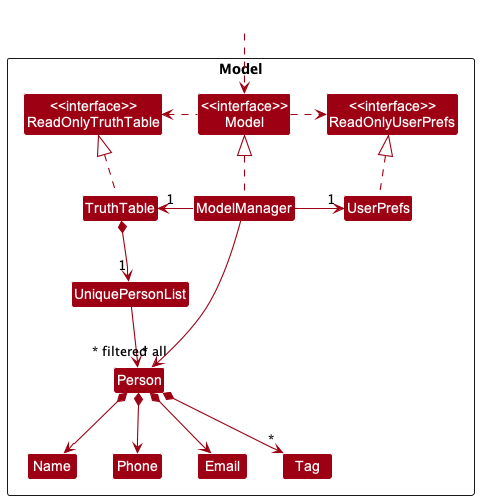
nus-cs2103-AY2223S1/tp keeps this PlantUML diagram as docs/images/ModelClassDiagram.png. Above is the earlier version.
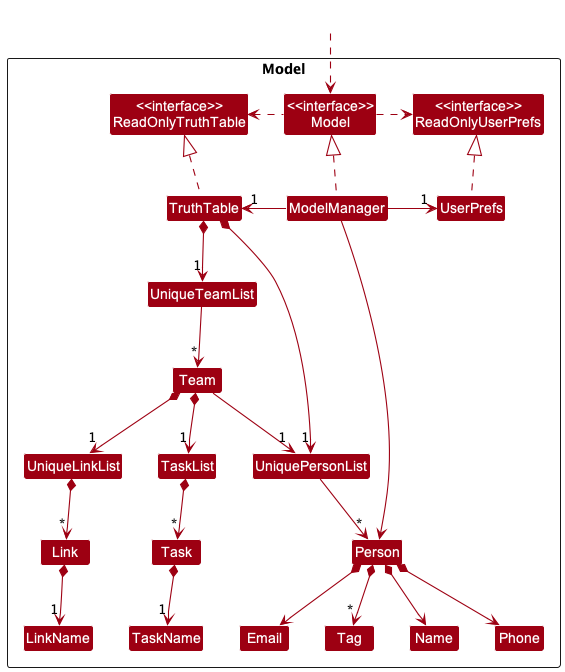
Later version of the same file.

Commit message:
Update model class diagrams

The edit, as a diff of the source:
```diff
@@ -19,6 +19,14 @@
 Class Phone
 Class Tag
 
+Class UniqueTeamList
+Class Team
+Class TaskList
+Class Task
+Class TaskName
+Class UniqueLinkList
+Class Link
+Class LinkName
 }
 
 Class HiddenOutside #FFFFFF
@@ -34,7 +42,7 @@
 UserPrefs .up.|> ReadOnlyUserPrefs
 
 TruthTable *--> "1" UniquePersonList
-UniquePersonList --> "~* all" Person
+UniquePersonList --> "*" Person
 Person *--> Name
 Person *--> Phone
 Person *--> Email
@@ -42,5 +50,15 @@
 
 Name -[hidden]right-> Phone
 
-ModelManager -->"~* filtered" Person
+ModelManager --> Person
+
+TruthTable *-down-> "1" UniqueTeamList
+UniqueTeamList --> "*" Team
+Team --> "1" UniquePersonList
+Team *-down-> "1" UniqueLinkList
+Team *-down-> "1" TaskList
+TaskList *-down-> "*" Task
+UniqueLinkList *-down-> "*" Link
+Task *-down-> "1" TaskName
+Link *-down-> "1" LinkName
 @enduml
```
